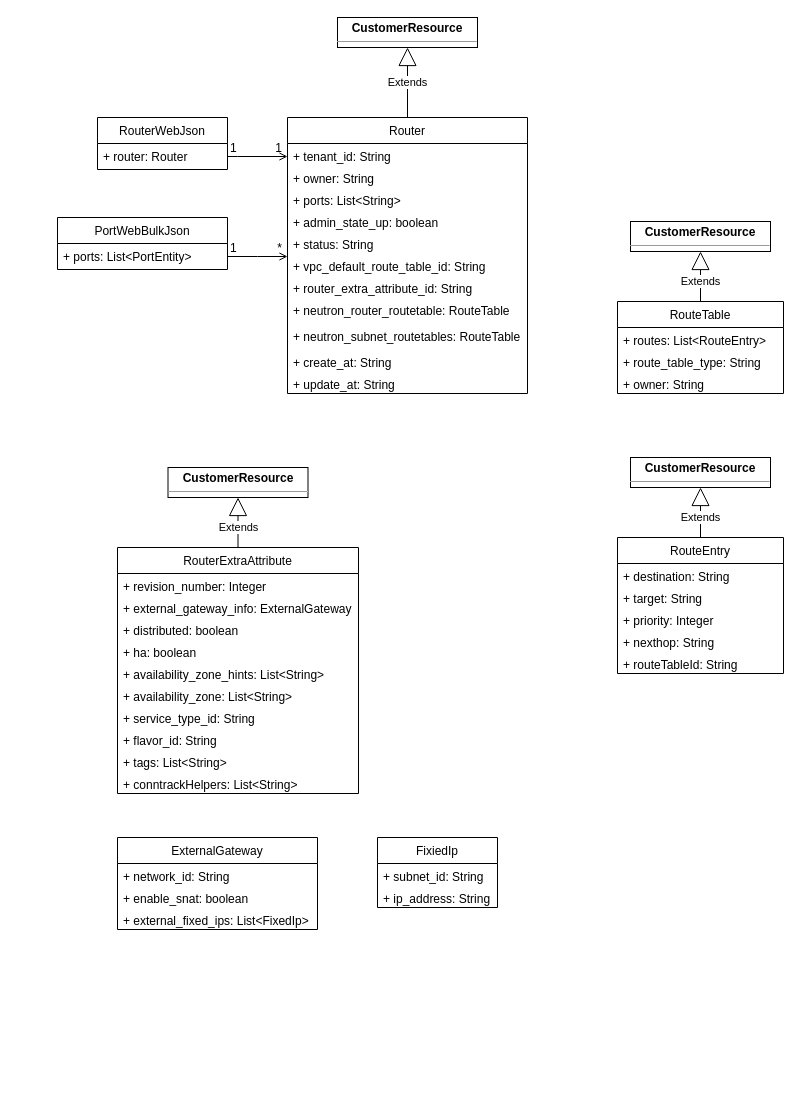
Above: route.drawio in cj-chung/diagrams (draw.io), before the change. Source tidied: cells renumbered, new cells numbered last; positions are measured from the earlier drawing's top-left corner, leaving out a move shared by most shapes. Both pictures are drawn from the tidied source at 100%, with x=0, y=0 at pixel (57, 17).
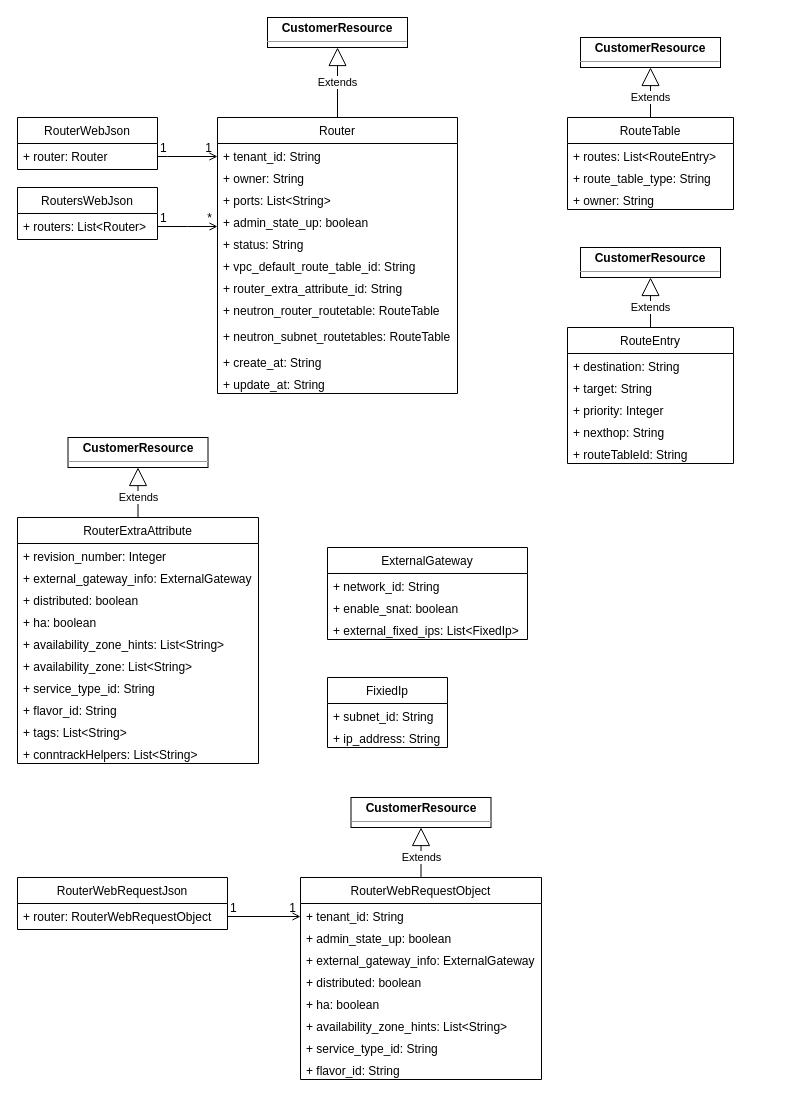
Above is the later version.

Diff of the diagram source:
```diff
@@
     <mxCell id="2" value="Router" style="swimlane;fontStyle=0;horizontal=1;startSize=26;fillColor=none;" parent="1" vertex="1">
-      <mxGeometry x="230" y="100" width="240" height="276" as="geometry" />
+      <mxGeometry x="160" y="100" width="240" height="276" as="geometry" />
     </mxCell>
@@
     <mxCell id="15" value="RouterWebJson" style="swimlane;fontStyle=0;horizontal=1;startSize=26;fillColor=none;" parent="1" vertex="1">
-      <mxGeometry x="40" y="100" width="130" height="52" as="geometry" />
+      <mxGeometry x="-40" y="100" width="140" height="52" as="geometry" />
     </mxCell>
     <mxCell id="16" value="+ router: Router" style="text;strokeColor=none;fillColor=none;align=left;verticalAlign=top;spacingLeft=4;spacingRight=4;overflow=hidden;points=[[0,0.5],[1,0.5]];portConstraint=eastwest;" parent="15" vertex="1">
-      <mxGeometry y="26" width="130" height="26" as="geometry" />
+      <mxGeometry y="26" width="140" height="26" as="geometry" />
     </mxCell>
     <mxCell id="17" style="endArrow=open;shadow=0;strokeWidth=1;rounded=0;endFill=1;edgeStyle=elbowEdgeStyle;elbow=vertical;" parent="1" edge="1" source="16" target="2">
       <mxGeometry x="0.5" y="41" relative="1" as="geometry">
         <Array as="points">
-          <mxPoint x="180" y="139" />
-          <mxPoint x="170" y="160" />
-          <mxPoint x="190" y="139" />
-          <mxPoint x="180" y="119" />
-          <mxPoint x="200" y="65" />
+          <mxPoint x="110" y="139" />
+          <mxPoint x="100" y="160" />
+          <mxPoint x="120" y="139" />
+          <mxPoint x="110" y="119" />
+          <mxPoint x="130" y="65" />
         </Array>
         <mxPoint x="-40" y="32" as="offset" />
       </mxGeometry>
     </mxCell>
@@
     <mxCell id="20" value="&lt;p style=&quot;margin: 0px ; margin-top: 4px ; text-align: center&quot;&gt;&lt;b&gt;CustomerResource&lt;/b&gt;&lt;/p&gt;&lt;hr size=&quot;1&quot;&gt;&lt;div style=&quot;height: 2px&quot;&gt;&lt;/div&gt;" style="verticalAlign=top;align=left;overflow=fill;fontSize=12;fontFamily=Helvetica;html=1;" parent="1" vertex="1">
-      <mxGeometry x="280" width="140" height="30" as="geometry" />
+      <mxGeometry x="210" width="140" height="30" as="geometry" />
     </mxCell>
-    <mxCell id="21" value="PortWebBulkJson" style="swimlane;fontStyle=0;horizontal=1;startSize=26;fillColor=none;" parent="1" vertex="1">
-      <mxGeometry y="200" width="170" height="52" as="geometry" />
+    <mxCell id="21" value="RoutersWebJson" style="swimlane;fontStyle=0;horizontal=1;startSize=26;fillColor=none;" parent="1" vertex="1">
+      <mxGeometry x="-40" y="170" width="140" height="52" as="geometry" />
     </mxCell>
-    <mxCell id="22" value="+ ports: List&lt;PortEntity&gt;" style="text;strokeColor=none;fillColor=none;align=left;verticalAlign=top;spacingLeft=4;spacingRight=4;overflow=hidden;points=[[0,0.5],[1,0.5]];portConstraint=eastwest;" parent="21" vertex="1">
-      <mxGeometry y="26" width="170" height="26" as="geometry" />
+    <mxCell id="22" value="+ routers: List&lt;Router&gt;" style="text;strokeColor=none;fillColor=none;align=left;verticalAlign=top;spacingLeft=4;spacingRight=4;overflow=hidden;points=[[0,0.5],[1,0.5]];portConstraint=eastwest;" parent="21" vertex="1">
+      <mxGeometry y="26" width="140" height="26" as="geometry" />
     </mxCell>
-    <mxCell id="23" style="endArrow=open;shadow=0;strokeWidth=1;rounded=0;endFill=1;edgeStyle=elbowEdgeStyle;elbow=vertical;" parent="1" edge="1" source="22" target="2">
+    <mxCell id="23" style="endArrow=open;shadow=0;strokeWidth=1;rounded=0;endFill=1;edgeStyle=elbowEdgeStyle;elbow=vertical;" parent="1" edge="1" source="22">
       <mxGeometry x="0.5" y="41" relative="1" as="geometry">
+        <mxPoint x="160" y="209" as="targetPoint" />
         <Array as="points">
-          <mxPoint x="200" y="239" />
-          <mxPoint x="180" y="170" />
-          <mxPoint x="200" y="149" />
-          <mxPoint x="190" y="129" />
-          <mxPoint x="210" y="75" />
+          <mxPoint x="130" y="209" />
+          <mxPoint x="110" y="140" />
+          <mxPoint x="130" y="119" />
+          <mxPoint x="120" y="99" />
+          <mxPoint x="140" y="45" />
         </Array>
         <mxPoint x="-40" y="32" as="offset" />
       </mxGeometry>
     </mxCell>
@@
     <mxCell id="26" value="RouteTable" style="swimlane;fontStyle=0;horizontal=1;startSize=26;fillColor=none;" parent="1" vertex="1">
-      <mxGeometry x="560" y="284" width="166" height="92" as="geometry" />
+      <mxGeometry x="510" y="100" width="166" height="92" as="geometry" />
     </mxCell>
@@
     <mxCell id="31" value="&lt;p style=&quot;margin: 0px ; margin-top: 4px ; text-align: center&quot;&gt;&lt;b&gt;CustomerResource&lt;/b&gt;&lt;/p&gt;&lt;hr size=&quot;1&quot;&gt;&lt;div style=&quot;height: 2px&quot;&gt;&lt;/div&gt;" style="verticalAlign=top;align=left;overflow=fill;fontSize=12;fontFamily=Helvetica;html=1;" parent="1" vertex="1">
-      <mxGeometry x="573" y="204" width="140" height="30" as="geometry" />
+      <mxGeometry x="523" y="20" width="140" height="30" as="geometry" />
     </mxCell>
     <mxCell id="32" value="RouteEntry" style="swimlane;fontStyle=0;horizontal=1;startSize=26;fillColor=none;" parent="1" vertex="1">
-      <mxGeometry x="560" y="520" width="166" height="136" as="geometry" />
+      <mxGeometry x="510" y="310" width="166" height="136" as="geometry" />
     </mxCell>
@@
     <mxCell id="39" value="&lt;p style=&quot;margin: 0px ; margin-top: 4px ; text-align: center&quot;&gt;&lt;b&gt;CustomerResource&lt;/b&gt;&lt;/p&gt;&lt;hr size=&quot;1&quot;&gt;&lt;div style=&quot;height: 2px&quot;&gt;&lt;/div&gt;" style="verticalAlign=top;align=left;overflow=fill;fontSize=12;fontFamily=Helvetica;html=1;" parent="1" vertex="1">
-      <mxGeometry x="573" y="440" width="140" height="30" as="geometry" />
+      <mxGeometry x="523" y="230" width="140" height="30" as="geometry" />
     </mxCell>
     <mxCell id="40" value="RouterExtraAttribute" style="swimlane;fontStyle=0;horizontal=1;startSize=26;fillColor=none;" parent="1" vertex="1">
-      <mxGeometry x="60" y="530" width="241" height="246" as="geometry" />
+      <mxGeometry x="-40" y="500" width="241" height="246" as="geometry" />
     </mxCell>
@@
     <mxCell id="52" value="&lt;p style=&quot;margin: 0px ; margin-top: 4px ; text-align: center&quot;&gt;&lt;b&gt;CustomerResource&lt;/b&gt;&lt;/p&gt;&lt;hr size=&quot;1&quot;&gt;&lt;div style=&quot;height: 2px&quot;&gt;&lt;/div&gt;" style="verticalAlign=top;align=left;overflow=fill;fontSize=12;fontFamily=Helvetica;html=1;" parent="1" vertex="1">
-      <mxGeometry x="110.5" y="450" width="140" height="30" as="geometry" />
+      <mxGeometry x="10.5" y="420" width="140" height="30" as="geometry" />
     </mxCell>
     <mxCell id="53" value="ExternalGateway" style="swimlane;fontStyle=0;horizontal=1;startSize=26;fillColor=none;" parent="1" vertex="1">
-      <mxGeometry x="60" y="820" width="200" height="92" as="geometry" />
+      <mxGeometry x="270" y="530" width="200" height="92" as="geometry" />
     </mxCell>
@@
     <mxCell id="57" value="FixiedIp" style="swimlane;fontStyle=0;horizontal=1;startSize=26;fillColor=none;" parent="1" vertex="1">
-      <mxGeometry x="320" y="820" width="120" height="70" as="geometry" />
+      <mxGeometry x="270" y="660" width="120" height="70" as="geometry" />
     </mxCell>
@@
+    <mxCell id="60" value="RouterWebRequestObject" style="swimlane;fontStyle=0;horizontal=1;startSize=26;fillColor=none;" parent="1" vertex="1">
+      <mxGeometry x="243" y="860" width="241" height="202" as="geometry" />
+    </mxCell>
+    <mxCell id="61" value="+ tenant_id: String&#10;" style="text;strokeColor=none;fillColor=none;align=left;verticalAlign=top;spacingLeft=4;spacingRight=4;overflow=hidden;points=[[0,0.5],[1,0.5]];portConstraint=eastwest;" parent="60" vertex="1">
+      <mxGeometry y="26" width="241" height="22" as="geometry" />
+    </mxCell>
+    <mxCell id="62" value="+ admin_state_up: boolean&#10;" style="text;strokeColor=none;fillColor=none;align=left;verticalAlign=top;spacingLeft=4;spacingRight=4;overflow=hidden;" parent="60" vertex="1">
+      <mxGeometry y="48" width="241" height="22" as="geometry" />
+    </mxCell>
+    <mxCell id="63" value="+ external_gateway_info: ExternalGateway&#10;" style="text;strokeColor=none;fillColor=none;align=left;verticalAlign=top;spacingLeft=4;spacingRight=4;overflow=hidden;" parent="60" vertex="1">
+      <mxGeometry y="70" width="241" height="22" as="geometry" />
+    </mxCell>
+    <mxCell id="64" value="+ distributed: boolean&#10;" style="text;strokeColor=none;fillColor=none;align=left;verticalAlign=top;spacingLeft=4;spacingRight=4;overflow=hidden;" parent="60" vertex="1">
+      <mxGeometry y="92" width="241" height="22" as="geometry" />
+    </mxCell>
+    <mxCell id="65" value="+ ha: boolean&#10;" style="text;strokeColor=none;fillColor=none;align=left;verticalAlign=top;spacingLeft=4;spacingRight=4;overflow=hidden;" parent="60" vertex="1">
+      <mxGeometry y="114" width="241" height="22" as="geometry" />
+    </mxCell>
+    <mxCell id="66" value="+ availability_zone_hints: List&lt;String&gt;&#10;" style="text;strokeColor=none;fillColor=none;align=left;verticalAlign=top;spacingLeft=4;spacingRight=4;overflow=hidden;" parent="60" vertex="1">
+      <mxGeometry y="136" width="241" height="22" as="geometry" />
+    </mxCell>
+    <mxCell id="67" value="+ service_type_id: String&#10;" style="text;strokeColor=none;fillColor=none;align=left;verticalAlign=top;spacingLeft=4;spacingRight=4;overflow=hidden;" parent="60" vertex="1">
+      <mxGeometry y="158" width="241" height="22" as="geometry" />
+    </mxCell>
+    <mxCell id="68" value="+ flavor_id: String&#10;" style="text;strokeColor=none;fillColor=none;align=left;verticalAlign=top;spacingLeft=4;spacingRight=4;overflow=hidden;" parent="60" vertex="1">
+      <mxGeometry y="180" width="241" height="22" as="geometry" />
+    </mxCell>
+    <mxCell id="69" value="Extends" style="endArrow=block;endSize=16;endFill=0;html=1;exitX=0.5;exitY=0;exitDx=0;exitDy=0;entryX=0.5;entryY=1;entryDx=0;entryDy=0;" parent="1" edge="1" source="60" target="70">
+      <mxGeometry x="-0.2" relative="1" as="geometry" />
+    </mxCell>
+    <mxCell id="70" value="&lt;p style=&quot;margin: 0px ; margin-top: 4px ; text-align: center&quot;&gt;&lt;b&gt;CustomerResource&lt;/b&gt;&lt;/p&gt;&lt;hr size=&quot;1&quot;&gt;&lt;div style=&quot;height: 2px&quot;&gt;&lt;/div&gt;" style="verticalAlign=top;align=left;overflow=fill;fontSize=12;fontFamily=Helvetica;html=1;" parent="1" vertex="1">
+      <mxGeometry x="293.5" y="780" width="140" height="30" as="geometry" />
+    </mxCell>
+    <mxCell id="71" value="RouterWebRequestJson" style="swimlane;fontStyle=0;horizontal=1;startSize=26;fillColor=none;" parent="1" vertex="1">
+      <mxGeometry x="-40" y="860" width="210" height="52" as="geometry" />
+    </mxCell>
+    <mxCell id="72" value="+ router: RouterWebRequestObject" style="text;strokeColor=none;fillColor=none;align=left;verticalAlign=top;spacingLeft=4;spacingRight=4;overflow=hidden;points=[[0,0.5],[1,0.5]];portConstraint=eastwest;" parent="71" vertex="1">
+      <mxGeometry y="26" width="210" height="26" as="geometry" />
+    </mxCell>
+    <mxCell id="73" style="endArrow=open;shadow=0;strokeWidth=1;rounded=0;endFill=1;edgeStyle=elbowEdgeStyle;elbow=vertical;" parent="1" edge="1" source="72" target="61">
+      <mxGeometry x="0.5" y="41" relative="1" as="geometry">
+        <Array as="points">
+          <mxPoint x="110" y="899" />
+          <mxPoint x="100" y="920" />
+          <mxPoint x="120" y="899" />
+          <mxPoint x="110" y="879" />
+          <mxPoint x="130" y="825" />
+        </Array>
+        <mxPoint x="-40" y="32" as="offset" />
+      </mxGeometry>
+    </mxCell>
+    <mxCell id="74" value="1" style="align=left;verticalAlign=bottom;labelBackgroundColor=none;fontSize=12;" parent="73" vertex="1">
+      <mxGeometry x="-1" relative="1" as="geometry">
+        <mxPoint x="1" as="offset" />
+      </mxGeometry>
+    </mxCell>
+    <mxCell id="75" value="1" style="align=right;verticalAlign=bottom;labelBackgroundColor=none;fontSize=12;" parent="73" vertex="1">
+      <mxGeometry x="1" relative="1" as="geometry">
+        <mxPoint x="-3" as="offset" />
+      </mxGeometry>
+    </mxCell>
```
